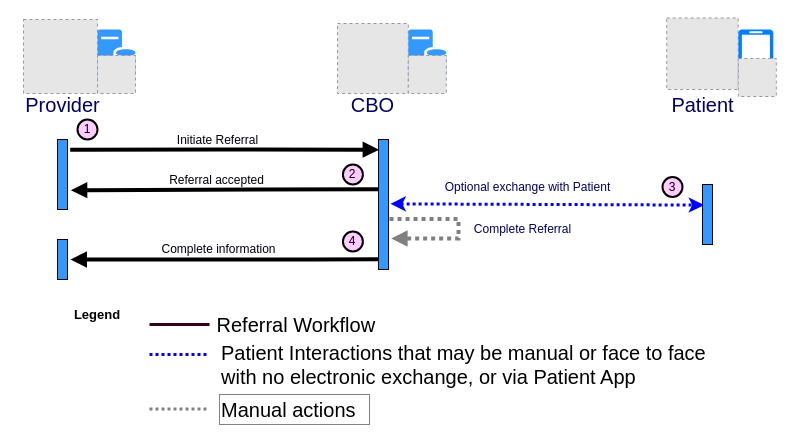
HL7/fhir-sdoh-clinicalcare keeps this draw.io diagram as Images Source/DirectReferralFunctional.drawio. Above is the earlier version. Source tidied: cells renumbered, new cells numbered last; positions are measured from the earlier drawing's top-left corner, leaving out a move shared by most shapes. Both pictures are drawn from the tidied source at 100%, with x=0, y=0 at pixel (17, 17). Pictures stored in the file or linked from it are replaced by grey dashed boxes.
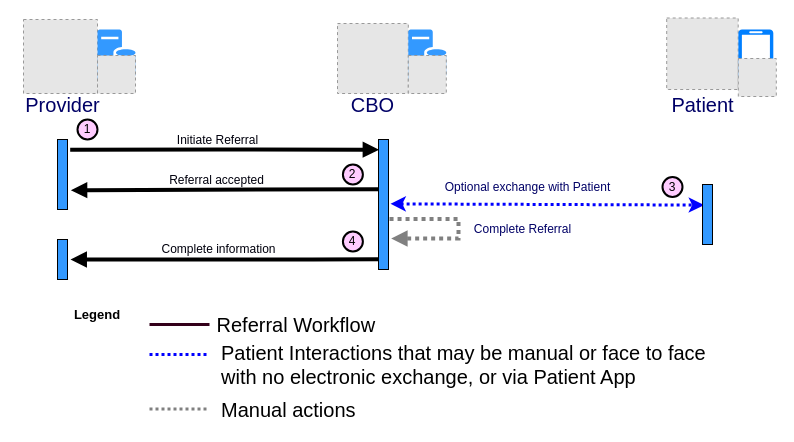
After the change.

The edit, as a diff of the source:
```diff
@@
-    <mxCell id="34" value="Manual actions" style="text;html=1;align=left;verticalAlign=middle;strokeColor=#808080;fillColor=none;fontSize=20;" parent="1" vertex="1">
+    <mxCell id="34" value="Manual actions" style="text;html=1;align=left;verticalAlign=middle;strokeColor=none;fillColor=none;fontSize=20;" parent="1" vertex="1">
       <mxGeometry x="202" y="377" width="150" height="30" as="geometry" />
     </mxCell>
```
